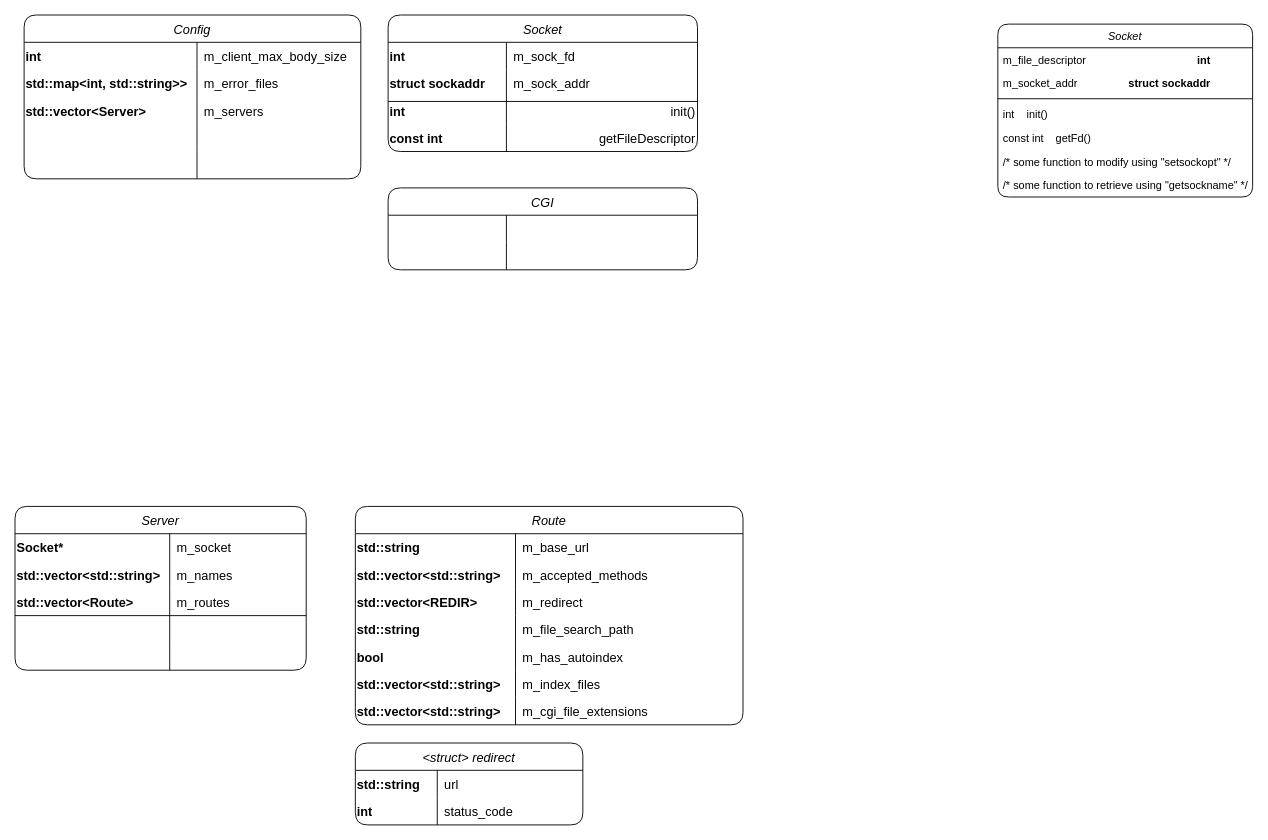
Above: webserv.drawio in 42JesseW/webserv (draw.io), before the change. Source tidied: cells renumbered, new cells numbered last; positions are measured from the earlier drawing's top-left corner, leaving out a move shared by most shapes. Both pictures are drawn from the tidied source at 91%, with x=0, y=0 at pixel (15, 15).
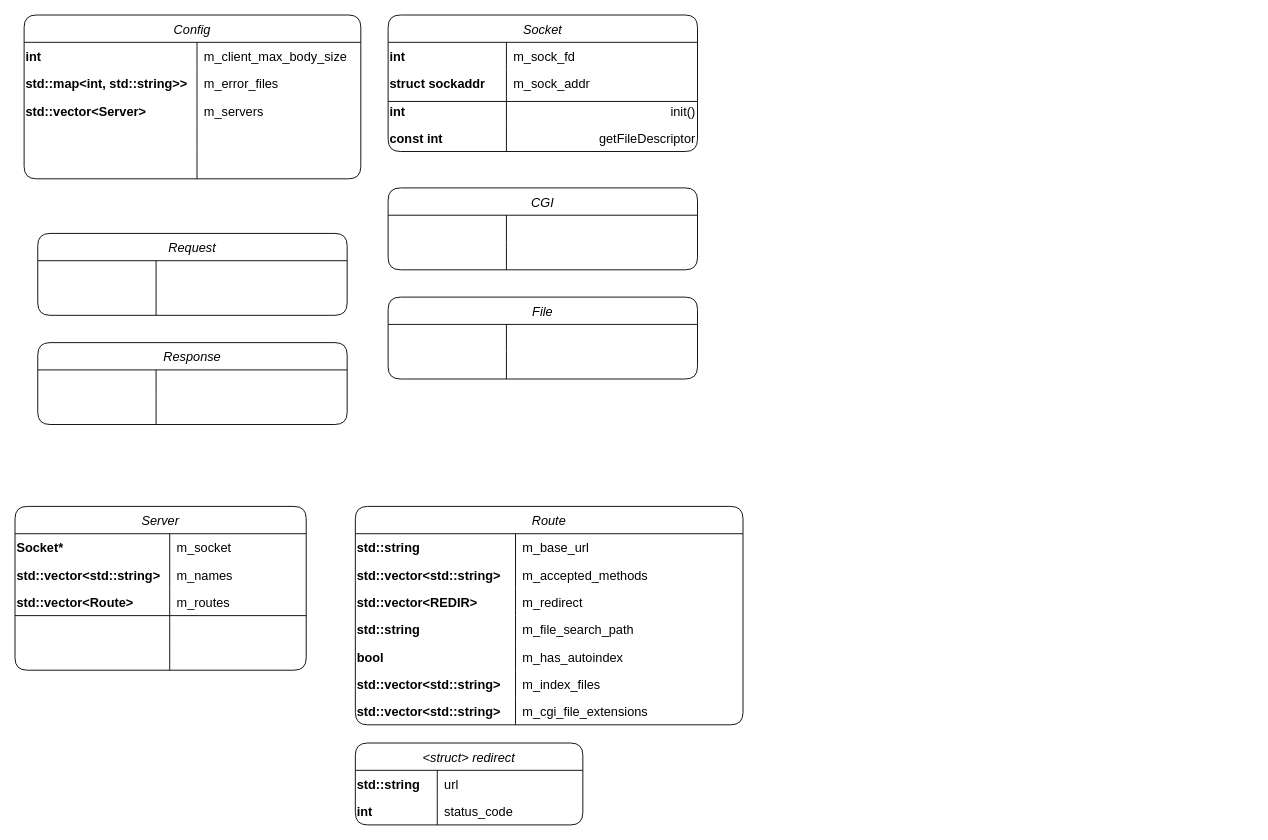
The same page after the edit.

Change to the diagram source:
```diff
@@
-    <mxCell id="2" value="Socket" style="swimlane;fontStyle=2;align=center;verticalAlign=top;horizontal=1;startSize=26;rounded=1;shadow=0;strokeWidth=1;" parent="1" vertex="1">
-      <mxGeometry x="1080" y="10" width="280" height="190" as="geometry" />
-    </mxCell>
-    <mxCell id="3" style="group;" parent="2" vertex="1">
-      <mxGeometry y="26" width="280" height="26" as="geometry" />
-    </mxCell>
-    <mxCell id="4" value="m_file_descriptor" style="text;align=left;verticalAlign=top;spacingLeft=4;spacingRight=4;overflow=hidden;" parent="3" vertex="1">
-      <mxGeometry width="120" height="26" as="geometry" />
-    </mxCell>
-    <mxCell id="5" value="int" style="text;align=right;verticalAlign=top;spacingLeft=4;spacingRight=4;overflow=hidden;fontStyle=1;" parent="3" vertex="1">
-      <mxGeometry x="120" width="120" height="26" as="geometry" />
-    </mxCell>
-    <mxCell id="6" style="group;" parent="2" vertex="1">
-      <mxGeometry y="52" width="280" height="26" as="geometry" />
-    </mxCell>
-    <mxCell id="7" value="m_socket_addr" style="text;align=left;verticalAlign=top;spacingLeft=4;spacingRight=4;overflow=hidden;" parent="6" vertex="1">
-      <mxGeometry width="120" height="26" as="geometry" />
-    </mxCell>
-    <mxCell id="8" value="struct sockaddr" style="text;align=right;verticalAlign=top;spacingLeft=4;spacingRight=4;overflow=hidden;fontStyle=1;" parent="6" vertex="1">
-      <mxGeometry x="120" width="120" height="26" as="geometry" />
-    </mxCell>
-    <mxCell id="9" style="line;html=1;strokeWidth=1;align=left;verticalAlign=middle;spacingTop=-1;spacingLeft=3;spacingRight=3;labelPosition=right;" parent="2" vertex="1">
-      <mxGeometry y="78" width="280" height="8" as="geometry" />
-    </mxCell>
-    <mxCell id="10" value="int    init()" style="text;align=left;verticalAlign=top;spacingLeft=4;spacingRight=4;overflow=hidden;" parent="2" vertex="1">
-      <mxGeometry y="86" width="280" height="26" as="geometry" />
-    </mxCell>
-    <mxCell id="11" value="const int    getFd()" style="text;align=left;verticalAlign=top;spacingLeft=4;spacingRight=4;overflow=hidden;" parent="2" vertex="1">
-      <mxGeometry y="112" width="280" height="26" as="geometry" />
-    </mxCell>
-    <mxCell id="12" value="/* some function to modify using &quot;setsockopt&quot; */" style="text;align=left;verticalAlign=top;spacingLeft=4;spacingRight=4;overflow=hidden;" parent="2" vertex="1">
-      <mxGeometry y="138" width="280" height="26" as="geometry" />
-    </mxCell>
-    <mxCell id="13" value="/* some function to retrieve using &quot;getsockname&quot; */" style="text;align=left;verticalAlign=top;spacingLeft=4;spacingRight=4;overflow=hidden;" parent="2" vertex="1">
-      <mxGeometry y="164" width="280" height="26" as="geometry" />
-    </mxCell>
@@
+    <mxCell id="97" value="File" style="shape=table;startSize=30;childLayout=tableLayout;rowLines=0;fontStyle=2;align=center;rounded=1;labelBackgroundColor=none;fillColor=default;gradientColor=none;fontSize=14;" parent="1" vertex="1">
+      <mxGeometry x="410" y="310" width="340" height="90" as="geometry" />
+    </mxCell>
+    <mxCell id="98" style="shape=tableRow;horizontal=0;startSize=0;swimlaneHead=0;swimlaneBody=0;fillColor=none;top=0;left=0;right=0;bottom=0;rounded=1;labelBackgroundColor=#E6E6E6;" parent="97" vertex="1">
+      <mxGeometry y="30" width="340" height="30" as="geometry" />
+    </mxCell>
+    <mxCell id="99" style="shape=partialRectangle;fillColor=none;top=0;left=0;bottom=0;right=0;overflow=hidden;rounded=1;labelBackgroundColor=none;align=left;fontStyle=1;fontSize=14;" parent="98" vertex="1">
+      <mxGeometry width="130" height="30" as="geometry" />
+    </mxCell>
+    <mxCell id="100" style="shape=partialRectangle;fillColor=none;top=0;left=0;bottom=0;right=0;align=right;spacingLeft=6;overflow=hidden;rounded=1;labelBackgroundColor=none;fontSize=14;" parent="98" vertex="1">
+      <mxGeometry x="130" width="210" height="30" as="geometry" />
+    </mxCell>
+    <mxCell id="101" style="shape=tableRow;horizontal=0;startSize=0;swimlaneHead=0;swimlaneBody=0;fillColor=none;top=0;left=0;right=0;bottom=0;rounded=1;labelBackgroundColor=#E6E6E6;" parent="97" vertex="1">
+      <mxGeometry y="60" width="340" height="30" as="geometry" />
+    </mxCell>
+    <mxCell id="102" style="shape=partialRectangle;fillColor=none;top=0;left=0;bottom=0;right=0;overflow=hidden;rounded=1;labelBackgroundColor=none;align=left;fontStyle=1;fontSize=14;" parent="101" vertex="1">
+      <mxGeometry width="130" height="30" as="geometry" />
+    </mxCell>
+    <mxCell id="103" style="shape=partialRectangle;fillColor=none;top=0;left=0;bottom=0;right=0;align=right;spacingLeft=6;overflow=hidden;rounded=1;labelBackgroundColor=none;fontSize=14;" parent="101" vertex="1">
+      <mxGeometry x="130" width="210" height="30" as="geometry" />
+    </mxCell>
+    <mxCell id="104" value="Request" style="shape=table;startSize=30;childLayout=tableLayout;rowLines=0;fontStyle=2;align=center;rounded=1;labelBackgroundColor=none;fillColor=default;gradientColor=none;fontSize=14;" parent="1" vertex="1">
+      <mxGeometry x="25" y="240" width="340" height="90" as="geometry" />
+    </mxCell>
+    <mxCell id="105" style="shape=tableRow;horizontal=0;startSize=0;swimlaneHead=0;swimlaneBody=0;fillColor=none;top=0;left=0;right=0;bottom=0;rounded=1;labelBackgroundColor=#E6E6E6;" parent="104" vertex="1">
+      <mxGeometry y="30" width="340" height="30" as="geometry" />
+    </mxCell>
+    <mxCell id="106" style="shape=partialRectangle;fillColor=none;top=0;left=0;bottom=0;right=0;overflow=hidden;rounded=1;labelBackgroundColor=none;align=left;fontStyle=1;fontSize=14;" parent="105" vertex="1">
+      <mxGeometry width="130" height="30" as="geometry" />
+    </mxCell>
+    <mxCell id="107" style="shape=partialRectangle;fillColor=none;top=0;left=0;bottom=0;right=0;align=right;spacingLeft=6;overflow=hidden;rounded=1;labelBackgroundColor=none;fontSize=14;" parent="105" vertex="1">
+      <mxGeometry x="130" width="210" height="30" as="geometry" />
+    </mxCell>
+    <mxCell id="108" style="shape=tableRow;horizontal=0;startSize=0;swimlaneHead=0;swimlaneBody=0;fillColor=none;top=0;left=0;right=0;bottom=0;rounded=1;labelBackgroundColor=#E6E6E6;" parent="104" vertex="1">
+      <mxGeometry y="60" width="340" height="30" as="geometry" />
+    </mxCell>
+    <mxCell id="109" style="shape=partialRectangle;fillColor=none;top=0;left=0;bottom=0;right=0;overflow=hidden;rounded=1;labelBackgroundColor=none;align=left;fontStyle=1;fontSize=14;" parent="108" vertex="1">
+      <mxGeometry width="130" height="30" as="geometry" />
+    </mxCell>
+    <mxCell id="110" style="shape=partialRectangle;fillColor=none;top=0;left=0;bottom=0;right=0;align=right;spacingLeft=6;overflow=hidden;rounded=1;labelBackgroundColor=none;fontSize=14;" parent="108" vertex="1">
+      <mxGeometry x="130" width="210" height="30" as="geometry" />
+    </mxCell>
+    <mxCell id="111" value="Response" style="shape=table;startSize=30;childLayout=tableLayout;rowLines=0;fontStyle=2;align=center;rounded=1;labelBackgroundColor=none;fillColor=default;gradientColor=none;fontSize=14;" parent="1" vertex="1">
+      <mxGeometry x="25" y="360" width="340" height="90" as="geometry" />
+    </mxCell>
+    <mxCell id="112" style="shape=tableRow;horizontal=0;startSize=0;swimlaneHead=0;swimlaneBody=0;fillColor=none;top=0;left=0;right=0;bottom=0;rounded=1;labelBackgroundColor=#E6E6E6;" parent="111" vertex="1">
+      <mxGeometry y="30" width="340" height="30" as="geometry" />
+    </mxCell>
+    <mxCell id="113" style="shape=partialRectangle;fillColor=none;top=0;left=0;bottom=0;right=0;overflow=hidden;rounded=1;labelBackgroundColor=none;align=left;fontStyle=1;fontSize=14;" parent="112" vertex="1">
+      <mxGeometry width="130" height="30" as="geometry" />
+    </mxCell>
+    <mxCell id="114" style="shape=partialRectangle;fillColor=none;top=0;left=0;bottom=0;right=0;align=right;spacingLeft=6;overflow=hidden;rounded=1;labelBackgroundColor=none;fontSize=14;" parent="112" vertex="1">
+      <mxGeometry x="130" width="210" height="30" as="geometry" />
+    </mxCell>
+    <mxCell id="115" style="shape=tableRow;horizontal=0;startSize=0;swimlaneHead=0;swimlaneBody=0;fillColor=none;top=0;left=0;right=0;bottom=0;rounded=1;labelBackgroundColor=#E6E6E6;" parent="111" vertex="1">
+      <mxGeometry y="60" width="340" height="30" as="geometry" />
+    </mxCell>
+    <mxCell id="116" style="shape=partialRectangle;fillColor=none;top=0;left=0;bottom=0;right=0;overflow=hidden;rounded=1;labelBackgroundColor=none;align=left;fontStyle=1;fontSize=14;" parent="115" vertex="1">
+      <mxGeometry width="130" height="30" as="geometry" />
+    </mxCell>
+    <mxCell id="117" style="shape=partialRectangle;fillColor=none;top=0;left=0;bottom=0;right=0;align=right;spacingLeft=6;overflow=hidden;rounded=1;labelBackgroundColor=none;fontSize=14;" parent="115" vertex="1">
+      <mxGeometry x="130" width="210" height="30" as="geometry" />
+    </mxCell>
```
